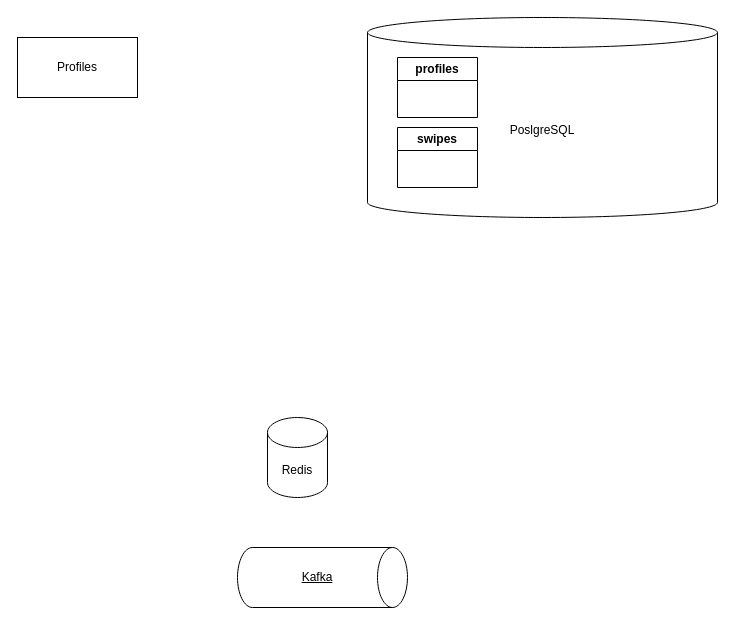
This is docs/architecture.drawio from oliver416/highload, a draw.io file, before an edit. Source tidied: cells renumbered, new cells numbered last; positions are measured from the earlier drawing's top-left corner, leaving out a move shared by most shapes. Both pictures are drawn from the tidied source at 100%, with x=0, y=0 at pixel (17, 17).
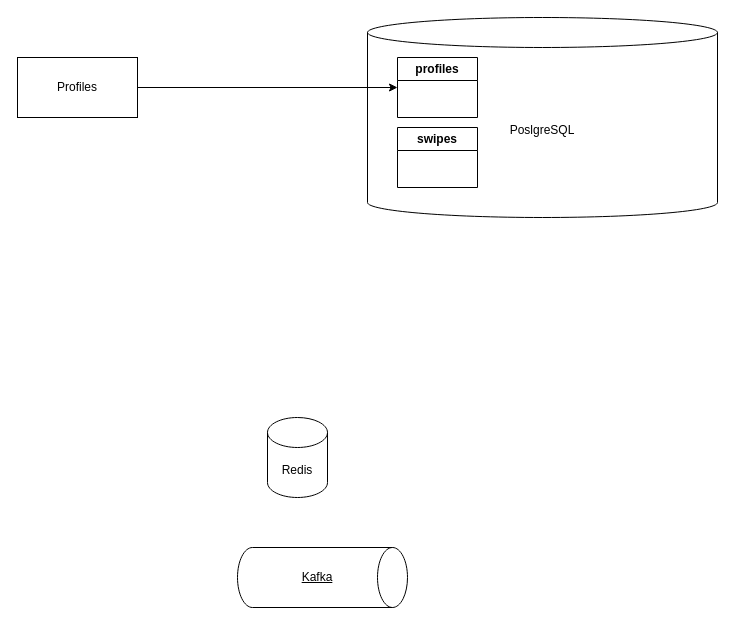
The same diagram, later.

Commit message:
CHG: update architecture scheme

Diff of the diagram source:
```diff
@@
 <mxGraphModel>
   <root>
     <mxCell id="0" />
     <mxCell id="1" parent="0" />
     <mxCell id="2" value="Redis" style="shape=cylinder3;whiteSpace=wrap;html=1;boundedLbl=1;backgroundOutline=1;size=15;" parent="1" vertex="1">
       <mxGeometry x="250" y="400" width="60" height="80" as="geometry" />
     </mxCell>
     <mxCell id="3" style="group;" parent="1" vertex="1">
       <mxGeometry x="220" y="530" width="170" height="60" as="geometry" />
     </mxCell>
     <mxCell id="4" style="group;" parent="3" vertex="1">
       <mxGeometry width="170" height="60" as="geometry" />
     </mxCell>
     <mxCell id="5" style="shape=cylinder3;whiteSpace=wrap;html=1;boundedLbl=1;backgroundOutline=1;size=15;rotation=90;fontStyle=4;" parent="4" vertex="1">
       <mxGeometry x="55" y="-55" width="60" height="170" as="geometry" />
     </mxCell>
     <mxCell id="6" value="Kafka" style="text;html=1;align=center;verticalAlign=middle;whiteSpace=wrap;rounded=0;fontStyle=4;" parent="4" vertex="1">
       <mxGeometry x="50" y="15" width="60" height="30" as="geometry" />
     </mxCell>
     <mxCell id="7" value="Profiles" style="rounded=0;whiteSpace=wrap;html=1;" parent="1" vertex="1">
-      <mxGeometry y="20" width="120" height="60" as="geometry" />
+      <mxGeometry y="40" width="120" height="60" as="geometry" />
     </mxCell>
     <mxCell id="8" value="PoslgreSQL" style="shape=cylinder3;whiteSpace=wrap;html=1;boundedLbl=1;backgroundOutline=1;size=15;" parent="1" vertex="1">
       <mxGeometry x="350" width="350" height="200" as="geometry" />
     </mxCell>
     <mxCell id="9" value="profiles" style="swimlane;whiteSpace=wrap;html=1;" parent="1" vertex="1">
       <mxGeometry x="380" y="40" width="80" height="60" as="geometry" />
     </mxCell>
     <mxCell id="10" value="swipes" style="swimlane;whiteSpace=wrap;html=1;" parent="1" vertex="1">
       <mxGeometry x="380" y="110" width="80" height="60" as="geometry" />
     </mxCell>
+    <mxCell id="11" style="edgeStyle=orthogonalEdgeStyle;rounded=0;jettySize=auto;html=1;entryX=0;entryY=0.5;entryDx=0;entryDy=0;" parent="1" edge="1" source="7" target="9">
+      <mxGeometry relative="1" as="geometry" />
+    </mxCell>
   </root>
 </mxGraphModel>
```
